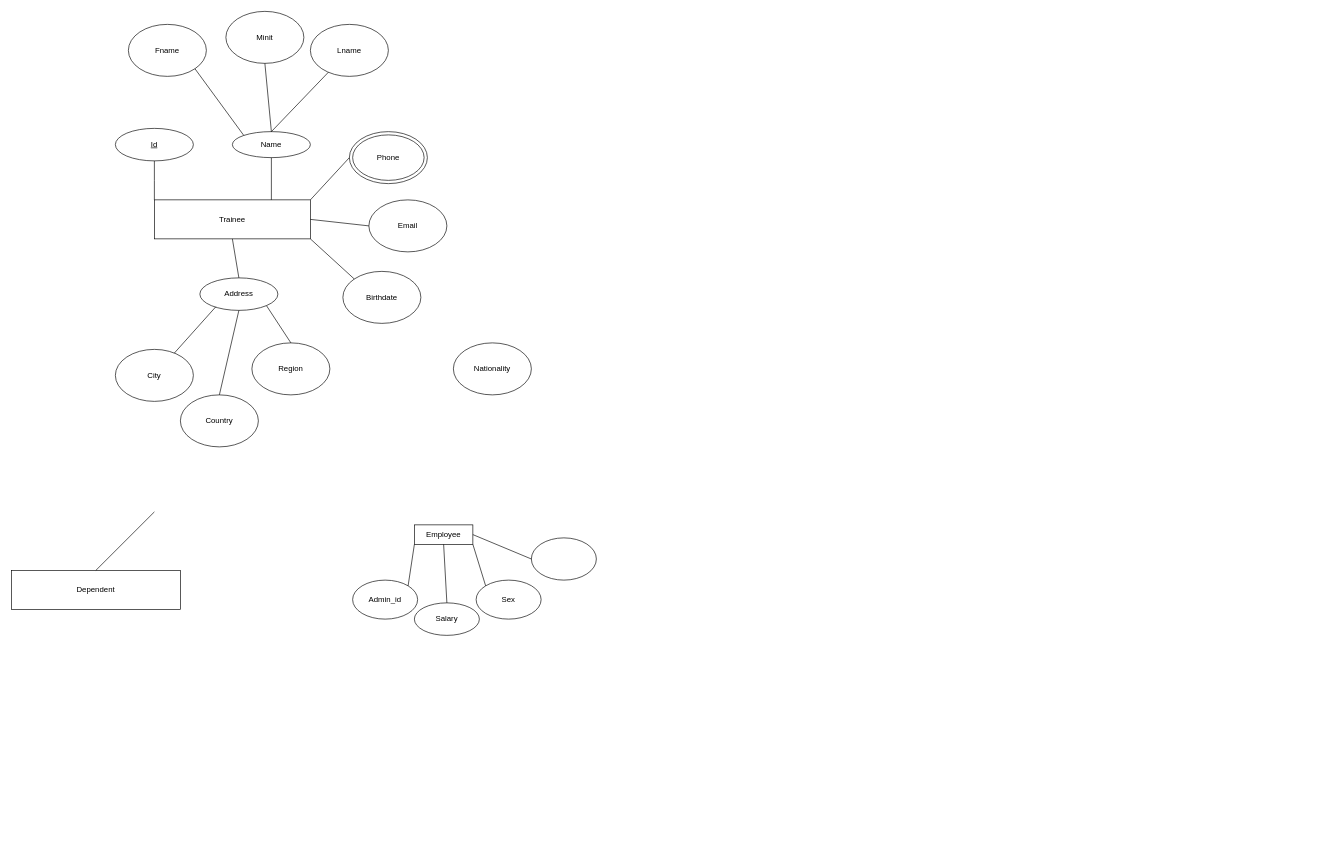
This is first.drawio from ihopethisusernamework/IS220ProjectER, a draw.io file, before an edit. Source tidied: cells renumbered, new cells numbered last; positions are measured from the earlier drawing's top-left corner, leaving out a move shared by most shapes. Both pictures are drawn from the tidied source at 65%, with x=0, y=0 at pixel (11, 11).
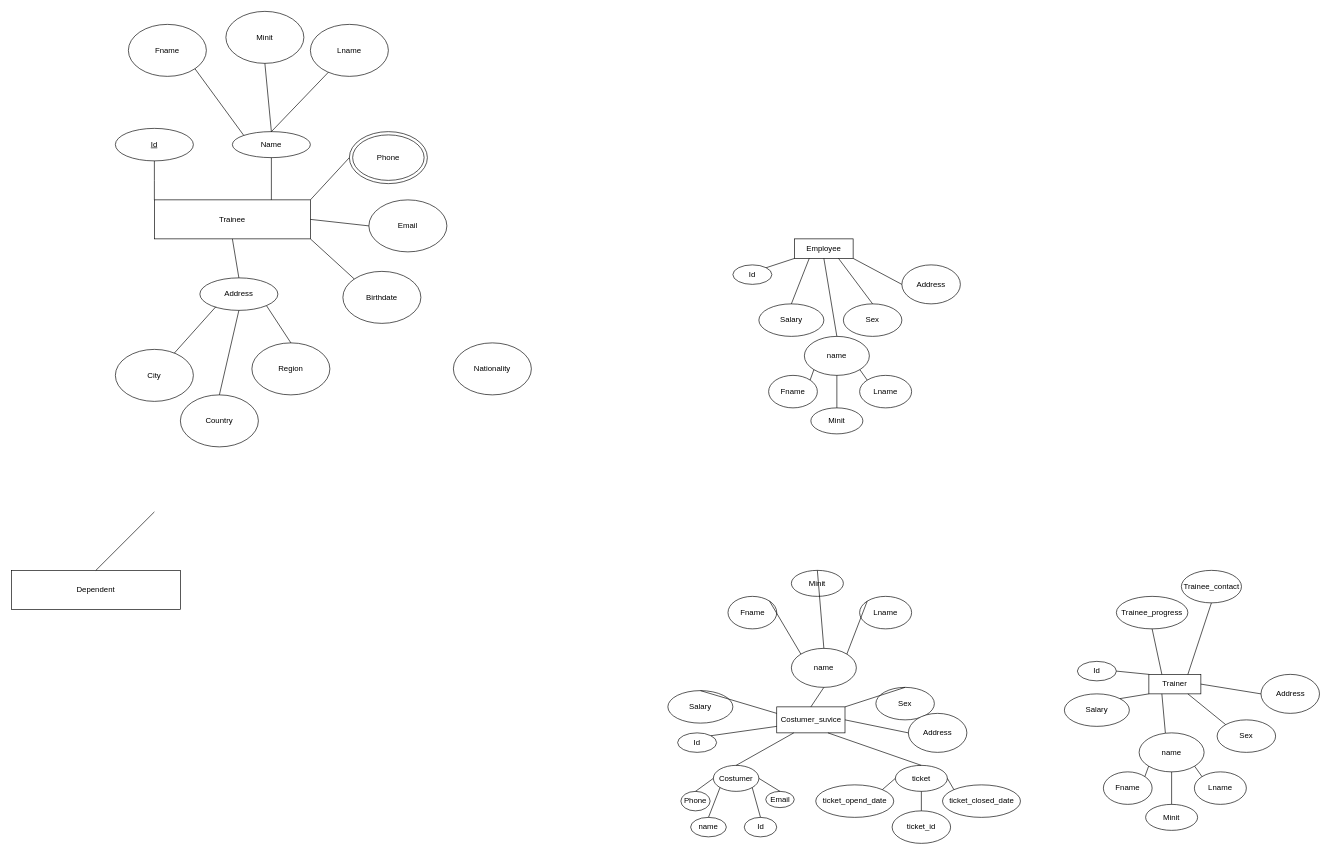
After the change.

What changed in the source:
```diff
@@
     <mxCell id="30" value="Employee" style="rounded=0;whiteSpace=wrap;html=1;" parent="1" vertex="1">
-      <mxGeometry x="620" y="790" width="90" height="30" as="geometry" />
+      <mxGeometry x="1205" y="350" width="90" height="30" as="geometry" />
     </mxCell>
-    <mxCell id="31" value="Admin_id" style="ellipse;whiteSpace=wrap;html=1;" parent="1" vertex="1">
-      <mxGeometry x="525" y="875" width="100" height="60" as="geometry" />
+    <mxCell id="31" value="Id" style="ellipse;whiteSpace=wrap;html=1;" parent="1" vertex="1">
+      <mxGeometry x="1110" y="390" width="60" height="30" as="geometry" />
     </mxCell>
     <mxCell id="32" value="Salary" style="ellipse;whiteSpace=wrap;html=1;" parent="1" vertex="1">
-      <mxGeometry x="620" y="910" width="100" height="50" as="geometry" />
+      <mxGeometry x="1150" y="450" width="100" height="50" as="geometry" />
     </mxCell>
     <mxCell id="33" value="Sex" style="ellipse;whiteSpace=wrap;html=1;" parent="1" vertex="1">
-      <mxGeometry x="715" y="875" width="100" height="60" as="geometry" />
+      <mxGeometry x="1280" y="450" width="90" height="50" as="geometry" />
     </mxCell>
@@
-    <mxCell id="35" style="endArrow=none;html=1;rounded=0;entryX=0.5;entryY=1;entryDx=0;entryDy=0;exitX=0.5;exitY=0;exitDx=0;exitDy=0;" parent="1" edge="1" source="32" target="30">
+    <mxCell id="35" style="endArrow=none;html=1;rounded=0;entryX=0.25;entryY=1;entryDx=0;entryDy=0;exitX=0.5;exitY=0;exitDx=0;exitDy=0;" parent="1" edge="1" source="32" target="30">
       <mxGeometry relative="1" as="geometry" />
     </mxCell>
-    <mxCell id="36" style="endArrow=none;html=1;rounded=0;entryX=1;entryY=1;entryDx=0;entryDy=0;exitX=0;exitY=0;exitDx=0;exitDy=0;" parent="1" edge="1" source="33" target="30">
+    <mxCell id="36" style="endArrow=none;html=1;rounded=0;entryX=0.75;entryY=1;entryDx=0;entryDy=0;exitX=0.5;exitY=0;exitDx=0;exitDy=0;" parent="1" edge="1" source="33" target="30">
       <mxGeometry relative="1" as="geometry" />
     </mxCell>
-    <mxCell id="37" style="ellipse;whiteSpace=wrap;html=1;" parent="1" vertex="1">
-      <mxGeometry x="800" y="810" width="100" height="65" as="geometry" />
+    <mxCell id="37" value="Address" style="ellipse;whiteSpace=wrap;html=1;" parent="1" vertex="1">
+      <mxGeometry x="1370" y="390" width="90" height="60" as="geometry" />
     </mxCell>
-    <mxCell id="38" style="endArrow=none;html=1;rounded=0;entryX=1;entryY=0.5;entryDx=0;entryDy=0;exitX=0;exitY=0.5;exitDx=0;exitDy=0;" parent="1" edge="1" source="37" target="30">
+    <mxCell id="38" style="endArrow=none;html=1;rounded=0;entryX=1;entryY=1;entryDx=0;entryDy=0;exitX=0;exitY=0.5;exitDx=0;exitDy=0;" parent="1" edge="1" source="37" target="30">
       <mxGeometry relative="1" as="geometry" />
     </mxCell>
@@
+    <mxCell id="40" value="name" style="ellipse;whiteSpace=wrap;html=1;" parent="1" vertex="1">
+      <mxGeometry x="1220" y="500" width="100" height="60" as="geometry" />
+    </mxCell>
+    <mxCell id="41" style="endArrow=none;html=1;rounded=0;entryX=0.5;entryY=1;entryDx=0;entryDy=0;exitX=0.5;exitY=0;exitDx=0;exitDy=0;" parent="1" edge="1" source="40" target="30">
+      <mxGeometry relative="1" as="geometry" />
+    </mxCell>
+    <mxCell id="42" value="Lname" style="ellipse;whiteSpace=wrap;html=1;" parent="1" vertex="1">
+      <mxGeometry x="1305" y="560" width="80" height="50" as="geometry" />
+    </mxCell>
+    <mxCell id="43" value="Minit" style="ellipse;whiteSpace=wrap;html=1;" parent="1" vertex="1">
+      <mxGeometry x="1230" y="610" width="80" height="40" as="geometry" />
+    </mxCell>
+    <mxCell id="44" value="Fname" style="ellipse;whiteSpace=wrap;html=1;" parent="1" vertex="1">
+      <mxGeometry x="1165" y="560" width="75" height="50" as="geometry" />
+    </mxCell>
+    <mxCell id="45" style="endArrow=none;html=1;rounded=0;exitX=1;exitY=0;exitDx=0;exitDy=0;entryX=0;entryY=1;entryDx=0;entryDy=0;" parent="1" edge="1" source="44" target="40">
+      <mxGeometry relative="1" as="geometry" />
+    </mxCell>
+    <mxCell id="46" style="endArrow=none;html=1;rounded=0;entryX=0.5;entryY=1;entryDx=0;entryDy=0;exitX=0.5;exitY=0;exitDx=0;exitDy=0;" parent="1" edge="1" source="43" target="40">
+      <mxGeometry relative="1" as="geometry" />
+    </mxCell>
+    <mxCell id="47" style="endArrow=none;html=1;rounded=0;entryX=0;entryY=0;entryDx=0;entryDy=0;exitX=1;exitY=1;exitDx=0;exitDy=0;" parent="1" edge="1" source="40" target="42">
+      <mxGeometry relative="1" as="geometry" />
+    </mxCell>
+    <mxCell id="48" value="Costumer_suvice" style="rounded=0;whiteSpace=wrap;html=1;" parent="1" vertex="1">
+      <mxGeometry x="1177.5" y="1070" width="105" height="40" as="geometry" />
+    </mxCell>
+    <mxCell id="49" value="ticket_opend_date" style="ellipse;whiteSpace=wrap;html=1;" parent="1" vertex="1">
+      <mxGeometry x="1237.5" y="1190" width="120" height="50" as="geometry" />
+    </mxCell>
+    <mxCell id="50" value="ticket_id" style="ellipse;whiteSpace=wrap;html=1;" parent="1" vertex="1">
+      <mxGeometry x="1355" y="1230" width="90" height="50" as="geometry" />
+    </mxCell>
+    <mxCell id="51" value="ticket_closed_date" style="ellipse;whiteSpace=wrap;html=1;" parent="1" vertex="1">
+      <mxGeometry x="1432.5" y="1190" width="120" height="50" as="geometry" />
+    </mxCell>
+    <mxCell id="52" value="ticket" style="ellipse;whiteSpace=wrap;html=1;" parent="1" vertex="1">
+      <mxGeometry x="1360" y="1160" width="80" height="40" as="geometry" />
+    </mxCell>
+    <mxCell id="53" value="Trainer" style="rounded=0;whiteSpace=wrap;html=1;" parent="1" vertex="1">
+      <mxGeometry x="1750" y="1020" width="80" height="30" as="geometry" />
+    </mxCell>
+    <mxCell id="54" value="Trainee_progress" style="ellipse;whiteSpace=wrap;html=1;" parent="1" vertex="1">
+      <mxGeometry x="1700" y="900" width="110" height="50" as="geometry" />
+    </mxCell>
+    <mxCell id="55" style="endArrow=none;html=1;rounded=0;exitX=1;exitY=0;exitDx=0;exitDy=0;entryX=0;entryY=0.5;entryDx=0;entryDy=0;" parent="1" edge="1" source="49" target="52">
+      <mxGeometry relative="1" as="geometry" />
+    </mxCell>
+    <mxCell id="56" style="endArrow=none;html=1;rounded=0;entryX=0;entryY=0;entryDx=0;entryDy=0;exitX=1;exitY=0.5;exitDx=0;exitDy=0;" parent="1" edge="1" source="52" target="51">
+      <mxGeometry relative="1" as="geometry" />
+    </mxCell>
+    <mxCell id="57" style="endArrow=none;html=1;rounded=0;entryX=0.5;entryY=0;entryDx=0;entryDy=0;exitX=0.5;exitY=1;exitDx=0;exitDy=0;" parent="1" edge="1" source="52" target="50">
+      <mxGeometry relative="1" as="geometry" />
+    </mxCell>
+    <mxCell id="58" style="endArrow=none;html=1;rounded=0;entryX=0.5;entryY=0;entryDx=0;entryDy=0;exitX=0.75;exitY=1;exitDx=0;exitDy=0;" parent="1" edge="1" source="48" target="52">
+      <mxGeometry relative="1" as="geometry" />
+    </mxCell>
+    <mxCell id="59" value="Costumer" style="ellipse;whiteSpace=wrap;html=1;" parent="1" vertex="1">
+      <mxGeometry x="1080" y="1160" width="70" height="40" as="geometry" />
+    </mxCell>
+    <mxCell id="60" value="Email" style="ellipse;whiteSpace=wrap;html=1;" parent="1" vertex="1">
+      <mxGeometry x="1160.6" y="1200" width="43.8" height="25" as="geometry" />
+    </mxCell>
+    <mxCell id="61" value="Phone" style="ellipse;whiteSpace=wrap;html=1;" parent="1" vertex="1">
+      <mxGeometry x="1030" y="1200" width="45" height="30" as="geometry" />
+    </mxCell>
+    <mxCell id="62" value="name" style="ellipse;whiteSpace=wrap;html=1;" parent="1" vertex="1">
+      <mxGeometry x="1045" y="1240" width="55" height="30" as="geometry" />
+    </mxCell>
+    <mxCell id="63" value="Id" style="ellipse;whiteSpace=wrap;html=1;" parent="1" vertex="1">
+      <mxGeometry x="1127.5" y="1240" width="50" height="30" as="geometry" />
+    </mxCell>
+    <mxCell id="64" style="endArrow=none;html=1;rounded=0;entryX=0.5;entryY=0;entryDx=0;entryDy=0;exitX=0;exitY=0.5;exitDx=0;exitDy=0;" parent="1" edge="1" source="59" target="61">
+      <mxGeometry relative="1" as="geometry" />
+    </mxCell>
+    <mxCell id="65" style="endArrow=none;html=1;rounded=0;entryX=1;entryY=0.5;entryDx=0;entryDy=0;exitX=0.5;exitY=0;exitDx=0;exitDy=0;" parent="1" edge="1" source="60" target="59">
+      <mxGeometry relative="1" as="geometry" />
+    </mxCell>
+    <mxCell id="66" style="endArrow=none;html=1;rounded=0;entryX=0;entryY=1;entryDx=0;entryDy=0;exitX=0.5;exitY=0;exitDx=0;exitDy=0;" parent="1" edge="1" source="62" target="59">
+      <mxGeometry relative="1" as="geometry" />
+    </mxCell>
+    <mxCell id="67" style="endArrow=none;html=1;rounded=0;entryX=0.5;entryY=0;entryDx=0;entryDy=0;exitX=1;exitY=1;exitDx=0;exitDy=0;" parent="1" edge="1" source="59" target="63">
+      <mxGeometry relative="1" as="geometry" />
+    </mxCell>
+    <mxCell id="68" style="endArrow=none;html=1;rounded=0;entryX=0.25;entryY=1;entryDx=0;entryDy=0;exitX=0.5;exitY=0;exitDx=0;exitDy=0;" parent="1" edge="1" source="59" target="48">
+      <mxGeometry relative="1" as="geometry" />
+    </mxCell>
+    <mxCell id="69" value="Trainee_contact" style="ellipse;whiteSpace=wrap;html=1;" parent="1" vertex="1">
+      <mxGeometry x="1800" y="860" width="92.5" height="50" as="geometry" />
+    </mxCell>
+    <mxCell id="70" style="endArrow=none;html=1;rounded=0;entryX=0.5;entryY=1;entryDx=0;entryDy=0;exitX=0.25;exitY=0;exitDx=0;exitDy=0;" parent="1" edge="1" source="53" target="54">
+      <mxGeometry relative="1" as="geometry" />
+    </mxCell>
+    <mxCell id="71" style="endArrow=none;html=1;rounded=0;entryX=0.5;entryY=1;entryDx=0;entryDy=0;exitX=0.75;exitY=0;exitDx=0;exitDy=0;" parent="1" edge="1" source="53" target="69">
+      <mxGeometry relative="1" as="geometry" />
+    </mxCell>
+    <mxCell id="72" value="Id" style="ellipse;whiteSpace=wrap;html=1;" parent="1" vertex="1">
+      <mxGeometry x="1640" y="1000" width="60" height="30" as="geometry" />
+    </mxCell>
+    <mxCell id="73" value="Salary" style="ellipse;whiteSpace=wrap;html=1;" parent="1" vertex="1">
+      <mxGeometry x="1620" y="1050" width="100" height="50" as="geometry" />
+    </mxCell>
+    <mxCell id="74" value="Sex" style="ellipse;whiteSpace=wrap;html=1;" parent="1" vertex="1">
+      <mxGeometry x="1855" y="1090" width="90" height="50" as="geometry" />
+    </mxCell>
+    <mxCell id="75" value="Address" style="ellipse;whiteSpace=wrap;html=1;" parent="1" vertex="1">
+      <mxGeometry x="1922.5" y="1020" width="90" height="60" as="geometry" />
+    </mxCell>
+    <mxCell id="76" value="name" style="ellipse;whiteSpace=wrap;html=1;" parent="1" vertex="1">
+      <mxGeometry x="1735" y="1110" width="100" height="60" as="geometry" />
+    </mxCell>
+    <mxCell id="77" value="Lname" style="ellipse;whiteSpace=wrap;html=1;" parent="1" vertex="1">
+      <mxGeometry x="1820" y="1170" width="80" height="50" as="geometry" />
+    </mxCell>
+    <mxCell id="78" value="Minit" style="ellipse;whiteSpace=wrap;html=1;" parent="1" vertex="1">
+      <mxGeometry x="1745" y="1220" width="80" height="40" as="geometry" />
+    </mxCell>
+    <mxCell id="79" value="Fname" style="ellipse;whiteSpace=wrap;html=1;" parent="1" vertex="1">
+      <mxGeometry x="1680" y="1170" width="75" height="50" as="geometry" />
+    </mxCell>
+    <mxCell id="80" style="endArrow=none;html=1;rounded=0;exitX=1;exitY=0;exitDx=0;exitDy=0;entryX=0;entryY=1;entryDx=0;entryDy=0;" parent="1" edge="1" source="79" target="76">
+      <mxGeometry relative="1" as="geometry" />
+    </mxCell>
+    <mxCell id="81" style="endArrow=none;html=1;rounded=0;entryX=0.5;entryY=1;entryDx=0;entryDy=0;exitX=0.5;exitY=0;exitDx=0;exitDy=0;" parent="1" edge="1" source="78" target="76">
+      <mxGeometry relative="1" as="geometry" />
+    </mxCell>
+    <mxCell id="82" style="endArrow=none;html=1;rounded=0;entryX=0;entryY=0;entryDx=0;entryDy=0;exitX=1;exitY=1;exitDx=0;exitDy=0;" parent="1" edge="1" source="76" target="77">
+      <mxGeometry relative="1" as="geometry" />
+    </mxCell>
+    <mxCell id="83" style="endArrow=none;html=1;rounded=0;entryX=1;entryY=0.5;entryDx=0;entryDy=0;exitX=0;exitY=0.5;exitDx=0;exitDy=0;" parent="1" edge="1" source="75" target="53">
+      <mxGeometry relative="1" as="geometry" />
+    </mxCell>
+    <mxCell id="84" style="endArrow=none;html=1;rounded=0;entryX=0;entryY=0;entryDx=0;entryDy=0;exitX=1;exitY=0.5;exitDx=0;exitDy=0;" parent="1" edge="1" source="72" target="53">
+      <mxGeometry relative="1" as="geometry" />
+    </mxCell>
+    <mxCell id="85" style="endArrow=none;html=1;rounded=0;entryX=0;entryY=1;entryDx=0;entryDy=0;exitX=1;exitY=0;exitDx=0;exitDy=0;" parent="1" edge="1" source="73" target="53">
+      <mxGeometry relative="1" as="geometry" />
+    </mxCell>
+    <mxCell id="86" style="endArrow=none;html=1;rounded=0;entryX=0.404;entryY=0.005;entryDx=0;entryDy=0;exitX=0.25;exitY=1;exitDx=0;exitDy=0;entryPerimeter=0;" parent="1" edge="1" source="53" target="76">
+      <mxGeometry relative="1" as="geometry" />
+    </mxCell>
+    <mxCell id="87" style="endArrow=none;html=1;rounded=0;entryX=0;entryY=0;entryDx=0;entryDy=0;exitX=0.75;exitY=1;exitDx=0;exitDy=0;" parent="1" edge="1" source="53" target="74">
+      <mxGeometry relative="1" as="geometry" />
+    </mxCell>
+    <mxCell id="88" value="Id" style="ellipse;whiteSpace=wrap;html=1;" parent="1" vertex="1">
+      <mxGeometry x="1025" y="1110" width="60" height="30" as="geometry" />
+    </mxCell>
+    <mxCell id="89" value="Salary" style="ellipse;whiteSpace=wrap;html=1;" parent="1" vertex="1">
+      <mxGeometry x="1010" y="1045" width="100" height="50" as="geometry" />
+    </mxCell>
+    <mxCell id="90" value="Sex" style="ellipse;whiteSpace=wrap;html=1;" parent="1" vertex="1">
+      <mxGeometry x="1330" y="1040" width="90" height="50" as="geometry" />
+    </mxCell>
+    <mxCell id="91" style="endArrow=none;html=1;rounded=0;entryX=0;entryY=0.75;entryDx=0;entryDy=0;exitX=1;exitY=0;exitDx=0;exitDy=0;" parent="1" edge="1" source="88" target="48">
+      <mxGeometry relative="1" as="geometry" />
+    </mxCell>
+    <mxCell id="92" style="endArrow=none;html=1;rounded=0;entryX=0;entryY=0.25;entryDx=0;entryDy=0;exitX=0.5;exitY=0;exitDx=0;exitDy=0;" parent="1" edge="1" source="89" target="48">
+      <mxGeometry relative="1" as="geometry" />
+    </mxCell>
+    <mxCell id="93" style="endArrow=none;html=1;rounded=0;entryX=1;entryY=0;entryDx=0;entryDy=0;exitX=0.5;exitY=0;exitDx=0;exitDy=0;" parent="1" edge="1" source="90" target="48">
+      <mxGeometry relative="1" as="geometry" />
+    </mxCell>
+    <mxCell id="94" value="Address" style="ellipse;whiteSpace=wrap;html=1;" parent="1" vertex="1">
+      <mxGeometry x="1380" y="1080" width="90" height="60" as="geometry" />
+    </mxCell>
+    <mxCell id="95" style="endArrow=none;html=1;rounded=0;entryX=1;entryY=0.5;entryDx=0;entryDy=0;exitX=0;exitY=0.5;exitDx=0;exitDy=0;" parent="1" edge="1" source="94" target="48">
+      <mxGeometry relative="1" as="geometry" />
+    </mxCell>
+    <mxCell id="96" value="name" style="ellipse;whiteSpace=wrap;html=1;" parent="1" vertex="1">
+      <mxGeometry x="1200" y="980" width="100" height="60" as="geometry" />
+    </mxCell>
+    <mxCell id="97" style="endArrow=none;html=1;rounded=0;entryX=0.5;entryY=0;entryDx=0;entryDy=0;exitX=0.5;exitY=1;exitDx=0;exitDy=0;" parent="1" edge="1" source="96" target="48">
+      <mxGeometry relative="1" as="geometry" />
+    </mxCell>
+    <mxCell id="98" value="Lname" style="ellipse;whiteSpace=wrap;html=1;" parent="1" vertex="1">
+      <mxGeometry x="1305" y="900" width="80" height="50" as="geometry" />
+    </mxCell>
+    <mxCell id="99" value="Minit" style="ellipse;whiteSpace=wrap;html=1;" parent="1" vertex="1">
+      <mxGeometry x="1200" y="860" width="80" height="40" as="geometry" />
+    </mxCell>
+    <mxCell id="100" value="Fname" style="ellipse;whiteSpace=wrap;html=1;" parent="1" vertex="1">
+      <mxGeometry x="1102.5" y="900" width="75" height="50" as="geometry" />
+    </mxCell>
+    <mxCell id="101" style="endArrow=none;html=1;rounded=0;exitX=1;exitY=0;exitDx=0;exitDy=0;entryX=0;entryY=0;entryDx=0;entryDy=0;" parent="1" edge="1" source="100" target="96">
+      <mxGeometry relative="1" as="geometry" />
+    </mxCell>
+    <mxCell id="102" style="endArrow=none;html=1;rounded=0;exitX=0.5;exitY=0;exitDx=0;exitDy=0;entryX=0.5;entryY=0;entryDx=0;entryDy=0;" parent="1" edge="1" source="99" target="96">
+      <mxGeometry relative="1" as="geometry" />
+    </mxCell>
+    <mxCell id="103" style="endArrow=none;html=1;rounded=0;entryX=0;entryY=0;entryDx=0;entryDy=0;exitX=1;exitY=0;exitDx=0;exitDy=0;" parent="1" edge="1" source="96" target="98">
+      <mxGeometry relative="1" as="geometry" />
+    </mxCell>
```
